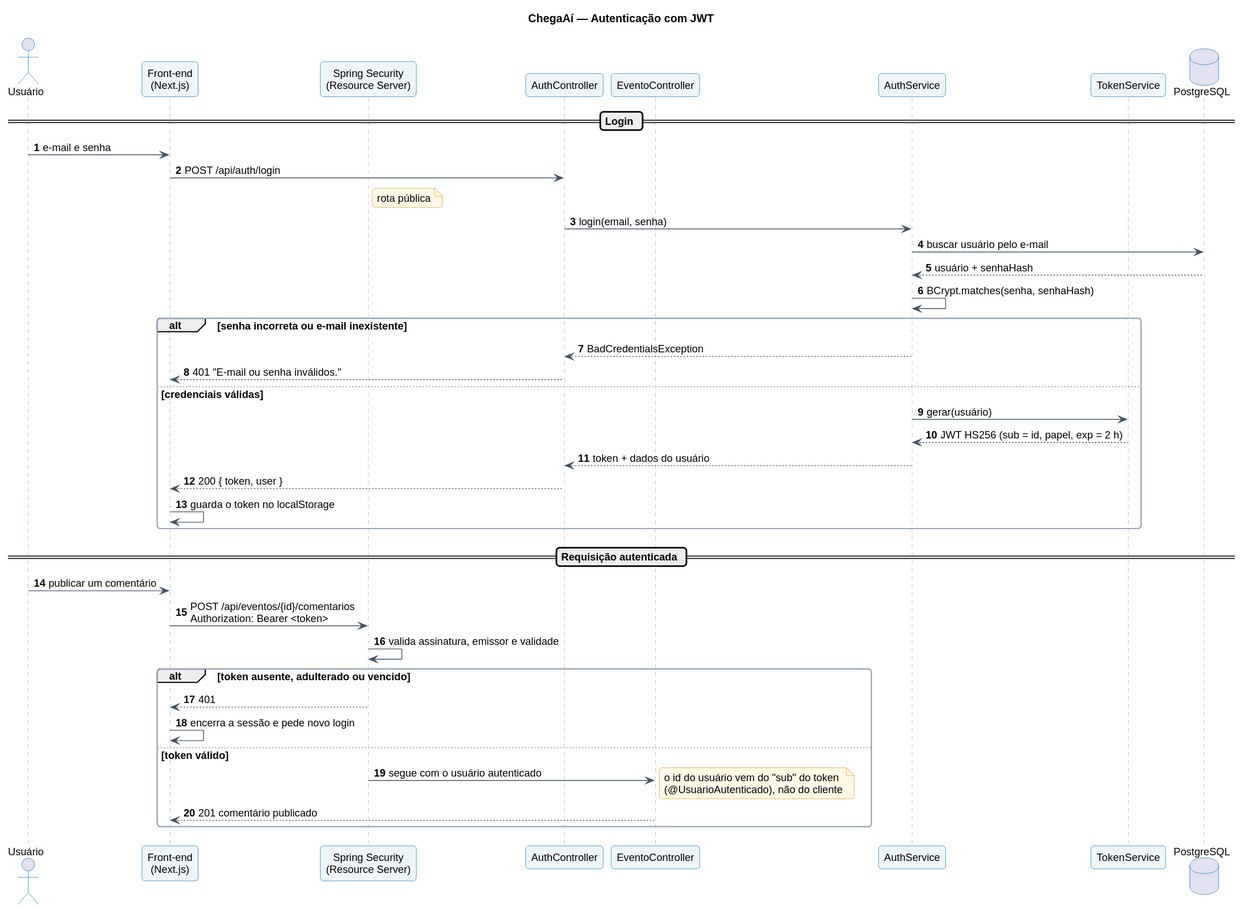
This is docs/uml/sequencia-autenticacao.svg from PedroBartkevihi/ChegaAi, a PlantUML export, as it was before one commit. Source of this version:
```plantuml
@startuml
!include estilo.iuml
title ChegaAí — Autenticação com JWT
autonumber

actor Usuario as "Usuário"
participant Front as "Front-end\n(Next.js)"
participant Filtro as "Spring Security\n(Resource Server)"
participant AuthC as "AuthController"
participant EventoC as "EventoController"
participant AuthS as "AuthService"
participant Token as "TokenService"
database Banco as "PostgreSQL"

== Login ==
Usuario -> Front : e-mail e senha
Front -> AuthC : POST /api/auth/login
note right of Filtro : rota pública
AuthC -> AuthS : login(email, senha)
AuthS -> Banco : buscar usuário pelo e-mail
Banco --> AuthS : usuário + senhaHash
AuthS -> AuthS : BCrypt.matches(senha, senhaHash)
alt senha incorreta ou e-mail inexistente
  AuthS --> AuthC : BadCredentialsException
  AuthC --> Front : 401 "E-mail ou senha inválidos."
else credenciais válidas
  AuthS -> Token : gerar(usuário)
  Token --> AuthS : JWT HS256 (sub = id, papel, exp = 2 h)
  AuthS --> AuthC : token + dados do usuário
  AuthC --> Front : 200 { token, user }
  Front -> Front : guarda o token no localStorage
end

== Requisição autenticada ==
Usuario -> Front : publicar um comentário
Front -> Filtro : POST /api/eventos/{id}/comentarios\nAuthorization: Bearer <token>
Filtro -> Filtro : valida assinatura, emissor e validade
alt token ausente, adulterado ou vencido
  Filtro --> Front : 401
  Front -> Front : encerra a sessão e pede novo login
else token válido
  Filtro -> EventoC : segue com o usuário autenticado
  note right : o id do usuário vem do "sub" do token\n(@UsuarioAutenticado), não do cliente
  EventoC --> Front : 201 comentário publicado
end
@enduml
```
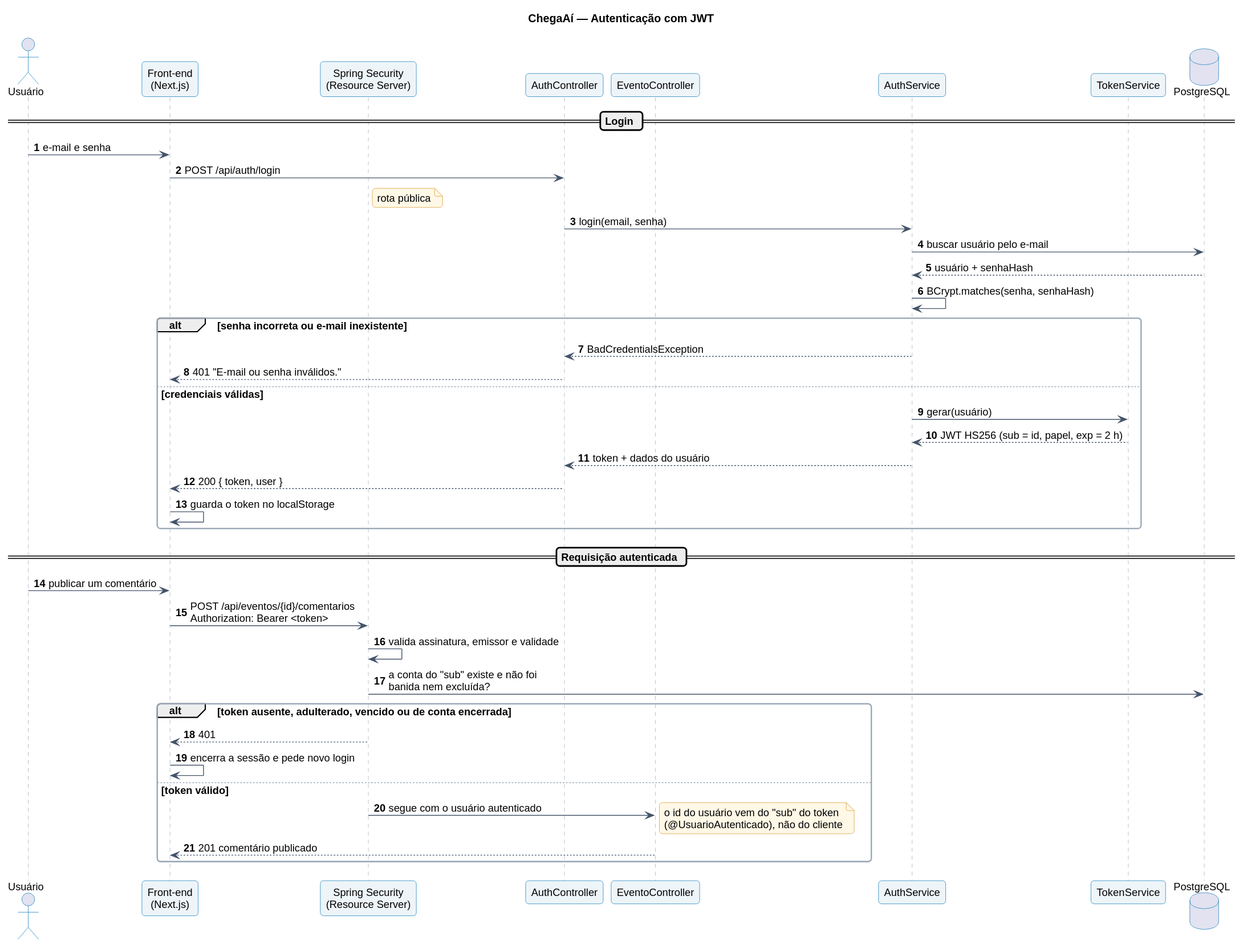
Above is the later version.

The edit, as a diff of the source:
```diff
@@ -35,7 +35,8 @@
 Usuario -> Front : publicar um comentário
 Front -> Filtro : POST /api/eventos/{id}/comentarios\nAuthorization: Bearer <token>
 Filtro -> Filtro : valida assinatura, emissor e validade
-alt token ausente, adulterado ou vencido
+Filtro -> Banco : a conta do "sub" existe e não foi\nbanida nem excluída?
+alt token ausente, adulterado, vencido ou de conta encerrada
   Filtro --> Front : 401
   Front -> Front : encerra a sessão e pede novo login
 else token válido
```
